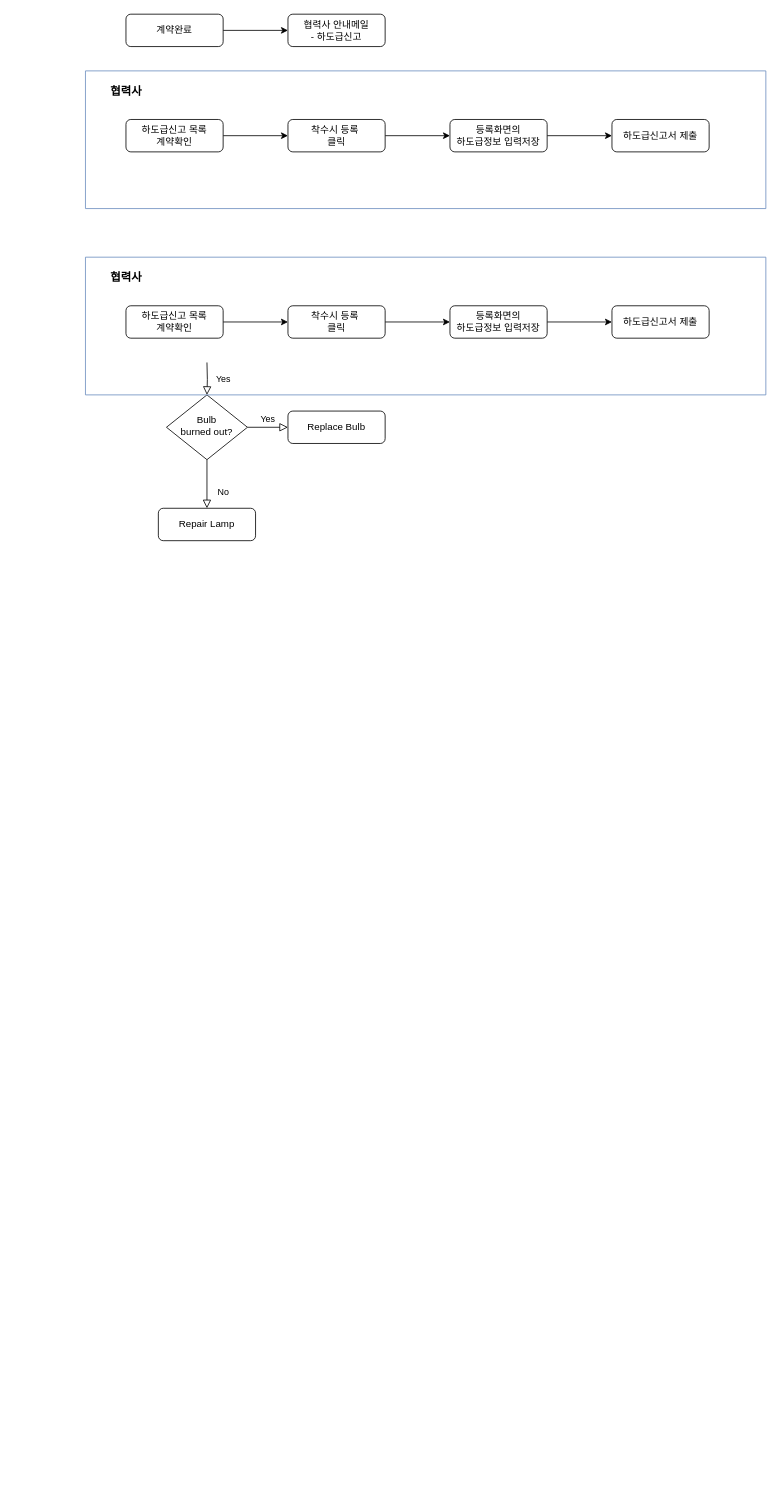
Before: 공사하도급2.drawio in withcats/draw.io, a draw.io diagram. Source tidied: cells renumbered, new cells numbered last; positions are measured from the earlier drawing's top-left corner, leaving out a move shared by most shapes. Both pictures are drawn from the tidied source at 81%, with x=0, y=0 at pixel (85, 14).
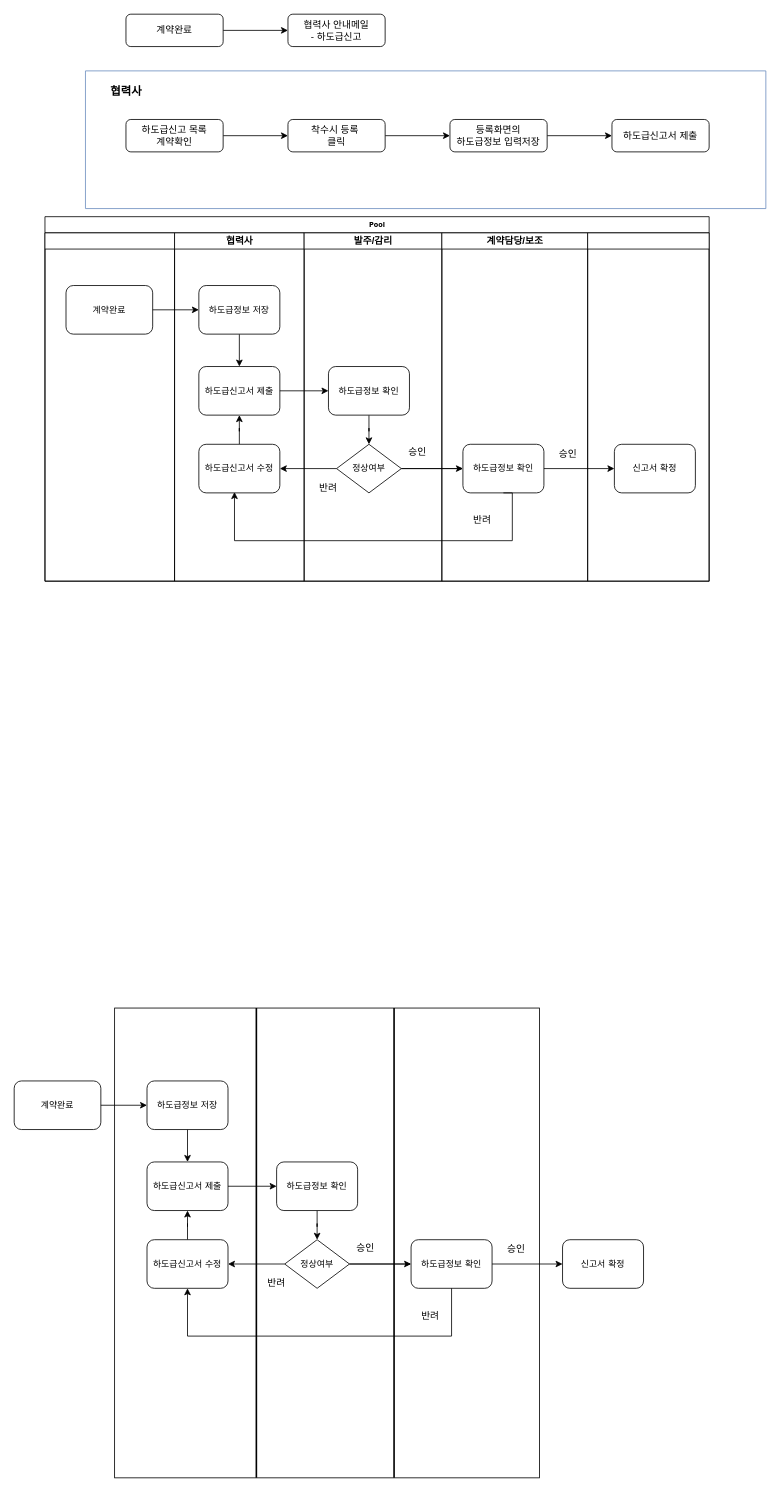
The same page after the edit.

Commit message (it also covers changes not shown here):
공사하도급2.drawio 업데이트

Diff of the diagram source:
```diff
@@
-    <mxCell id="4" value="Yes" style="rounded=0;html=1;jettySize=auto;fontSize=11;endArrow=block;endFill=0;endSize=8;strokeWidth=1;shadow=0;labelBackgroundColor=none;edgeStyle=orthogonalEdgeStyle;" parent="1" edge="1" target="7">
-      <mxGeometry y="20" relative="1" as="geometry">
-        <mxPoint x="150" y="430" as="sourcePoint" />
-      </mxGeometry>
-    </mxCell>
-    <mxCell id="5" value="No" style="rounded=0;html=1;jettySize=auto;fontSize=11;endArrow=block;endFill=0;endSize=8;strokeWidth=1;shadow=0;labelBackgroundColor=none;edgeStyle=orthogonalEdgeStyle;" parent="1" edge="1" source="7" target="8">
-      <mxGeometry x="0.33" y="20" relative="1" as="geometry" />
-    </mxCell>
-    <mxCell id="6" value="Yes" style="edgeStyle=orthogonalEdgeStyle;rounded=0;html=1;jettySize=auto;fontSize=11;endArrow=block;endFill=0;endSize=8;strokeWidth=1;shadow=0;labelBackgroundColor=none;" parent="1" edge="1" source="7" target="9">
-      <mxGeometry y="10" relative="1" as="geometry" />
-    </mxCell>
-    <mxCell id="7" value="Bulb&lt;br&gt;burned out?" style="rhombus;whiteSpace=wrap;html=1;shadow=0;fontFamily=Helvetica;fontSize=12;align=center;strokeWidth=1;spacing=6;spacingTop=-4;" parent="1" vertex="1">
-      <mxGeometry x="100" y="470" width="100" height="80" as="geometry" />
-    </mxCell>
-    <mxCell id="8" value="Repair Lamp" style="rounded=1;whiteSpace=wrap;html=1;fontSize=12;glass=0;strokeWidth=1;shadow=0;" parent="1" vertex="1">
-      <mxGeometry x="90" y="610" width="120" height="40" as="geometry" />
-    </mxCell>
-    <mxCell id="9" value="Replace Bulb" style="rounded=1;whiteSpace=wrap;html=1;fontSize=12;glass=0;strokeWidth=1;shadow=0;" parent="1" vertex="1">
-      <mxGeometry x="250" y="490" width="120" height="40" as="geometry" />
-    </mxCell>
@@
-    <mxCell id="20" style="swimlane;startSize=0;fillColor=#DAE8FC;strokeColor=#6c8ebf;" parent="1" vertex="1">
-      <mxGeometry y="300" width="840" height="170" as="geometry" />
-    </mxCell>
-    <mxCell id="21" style="edgeStyle=orthogonalEdgeStyle;rounded=0;jettySize=auto;html=1;" parent="20" edge="1" source="22" target="24">
-      <mxGeometry relative="1" as="geometry" />
-    </mxCell>
-    <mxCell id="22" value="하도급신고 목록&lt;div&gt;계약확인&lt;/div&gt;" style="rounded=1;whiteSpace=wrap;html=1;fontSize=12;glass=0;strokeWidth=1;shadow=0;" parent="20" vertex="1">
-      <mxGeometry x="50" y="60" width="120" height="40" as="geometry" />
-    </mxCell>
-    <mxCell id="23" style="edgeStyle=orthogonalEdgeStyle;rounded=0;jettySize=auto;html=1;" parent="20" edge="1" source="24" target="26">
-      <mxGeometry relative="1" as="geometry" />
-    </mxCell>
-    <mxCell id="24" value="착수시 등록&amp;nbsp;&lt;div&gt;클릭&lt;/div&gt;" style="rounded=1;whiteSpace=wrap;html=1;fontSize=12;glass=0;strokeWidth=1;shadow=0;" parent="20" vertex="1">
-      <mxGeometry x="250" y="60" width="120" height="40" as="geometry" />
-    </mxCell>
-    <mxCell id="25" style="edgeStyle=orthogonalEdgeStyle;rounded=0;jettySize=auto;html=1;" parent="20" edge="1" source="26" target="27">
-      <mxGeometry relative="1" as="geometry" />
-    </mxCell>
-    <mxCell id="26" value="등록화면의&lt;div&gt;하도급정보 입력저장&lt;/div&gt;" style="rounded=1;whiteSpace=wrap;html=1;fontSize=12;glass=0;strokeWidth=1;shadow=0;" parent="20" vertex="1">
-      <mxGeometry x="450" y="60" width="120" height="40" as="geometry" />
-    </mxCell>
-    <mxCell id="27" value="하도급신고서 제출" style="rounded=1;whiteSpace=wrap;html=1;fontSize=12;glass=0;strokeWidth=1;shadow=0;" parent="20" vertex="1">
-      <mxGeometry x="650" y="60" width="120" height="40" as="geometry" />
-    </mxCell>
+    <mxCell id="29" value="Pool" style="swimlane;html=1;startSize=20;rounded=0;shadow=0;labelBackgroundColor=none;strokeWidth=1;fontFamily=Verdana;fontSize=8;align=center;" parent="1" vertex="1">
+      <mxGeometry x="-50" y="250" width="820" height="450" as="geometry" />
+    </mxCell>
+    <mxCell id="30" style="swimlane;html=1;startSize=20;gradientColor=none;" parent="29" vertex="1">
+      <mxGeometry y="20" width="160" height="430" as="geometry" />
+    </mxCell>
+    <mxCell id="31" value="계약완료" style="rounded=1;whiteSpace=wrap;html=1;shadow=0;labelBackgroundColor=none;strokeWidth=1;fontFamily=Verdana;fontSize=11;align=center;" parent="30" vertex="1">
+      <mxGeometry x="26" y="65" width="107" height="60" as="geometry" />
+    </mxCell>
+    <mxCell id="32" style="edgeStyle=orthogonalEdgeStyle;rounded=1;html=1;labelBackgroundColor=none;startArrow=none;startFill=0;startSize=5;endArrow=classicThin;endFill=1;endSize=5;jettySize=auto;strokeWidth=1;fontFamily=Verdana;fontSize=11;" parent="29" edge="1" source="39" target="45">
+      <mxGeometry relative="1" as="geometry" />
+    </mxCell>
-    <mxCell id="28" value="&lt;font style=&quot;font-size: 14px;&quot;&gt;&lt;b&gt;협력사&lt;/b&gt;&lt;/font&gt;" style="text;html=1;align=center;verticalAlign=middle;strokeColor=none;fillColor=none;" parent="20" vertex="1">
-      <mxGeometry x="15" y="10" width="70" height="30" as="geometry" />
+    <mxCell id="28" value="협력사" style="swimlane;html=1;startSize=20;" parent="29" vertex="1">
+      <mxGeometry x="160" y="20" width="160" height="430" as="geometry" />
     </mxCell>
+    <mxCell id="33" style="edgeStyle=orthogonalEdgeStyle;rounded=0;jettySize=auto;html=1;" parent="28" edge="1" source="34" target="35">
+      <mxGeometry relative="1" as="geometry" />
+    </mxCell>
+    <mxCell id="34" value="하도급정보 저장" style="rounded=1;whiteSpace=wrap;html=1;shadow=0;labelBackgroundColor=none;strokeWidth=1;fontFamily=Verdana;fontSize=11;align=center;" parent="28" vertex="1">
+      <mxGeometry x="30" y="65" width="100" height="60" as="geometry" />
+    </mxCell>
+    <mxCell id="35" value="하도급신고서 제출" style="rounded=1;whiteSpace=wrap;html=1;shadow=0;labelBackgroundColor=none;strokeWidth=1;fontFamily=Verdana;fontSize=11;align=center;" parent="28" vertex="1">
+      <mxGeometry x="30" y="165" width="100" height="60" as="geometry" />
+    </mxCell>
+    <mxCell id="36" style="edgeStyle=orthogonalEdgeStyle;rounded=0;jettySize=auto;html=1;" parent="28" edge="1" source="37" target="35">
+      <mxGeometry relative="1" as="geometry" />
+    </mxCell>
+    <mxCell id="37" value="하도급신고서 수정" style="rounded=1;whiteSpace=wrap;html=1;shadow=0;labelBackgroundColor=none;strokeWidth=1;fontFamily=Verdana;fontSize=11;align=center;" parent="28" vertex="1">
+      <mxGeometry x="30" y="261" width="100" height="60" as="geometry" />
+    </mxCell>
+    <mxCell id="38" value="발주/감리" style="swimlane;html=1;startSize=20;" parent="29" vertex="1">
+      <mxGeometry x="320" y="20" width="170" height="430" as="geometry" />
+    </mxCell>
+    <mxCell id="39" value="정상여부" style="rhombus;whiteSpace=wrap;html=1;rounded=0;shadow=0;labelBackgroundColor=none;strokeWidth=1;fontFamily=Verdana;fontSize=11;align=center;" parent="38" vertex="1">
+      <mxGeometry x="40" y="261" width="80" height="60" as="geometry" />
+    </mxCell>
+    <mxCell id="40" style="edgeStyle=orthogonalEdgeStyle;rounded=0;jettySize=auto;html=1;" parent="38" edge="1" source="41" target="39">
+      <mxGeometry relative="1" as="geometry" />
+    </mxCell>
+    <mxCell id="41" value="하도급정보 확인" style="rounded=1;whiteSpace=wrap;html=1;shadow=0;labelBackgroundColor=none;strokeWidth=1;fontFamily=Verdana;fontSize=11;align=center;" parent="38" vertex="1">
+      <mxGeometry x="30" y="165" width="100" height="60" as="geometry" />
+    </mxCell>
+    <mxCell id="42" value="승인" style="text;html=1;align=center;verticalAlign=middle;whiteSpace=wrap;rounded=0;" parent="38" vertex="1">
+      <mxGeometry x="110" y="256" width="60" height="30" as="geometry" />
+    </mxCell>
+    <mxCell id="43" value="반려" style="text;html=1;align=center;verticalAlign=middle;whiteSpace=wrap;rounded=0;" parent="38" vertex="1">
+      <mxGeometry y="300" width="60" height="30" as="geometry" />
+    </mxCell>
+    <mxCell id="44" value="계약담당/보조" style="swimlane;html=1;startSize=20;" parent="29" vertex="1">
+      <mxGeometry x="490" y="20" width="180" height="430" as="geometry" />
+    </mxCell>
+    <mxCell id="45" value="하도급정보 확인" style="rounded=1;whiteSpace=wrap;html=1;shadow=0;labelBackgroundColor=none;strokeWidth=1;fontFamily=Verdana;fontSize=11;align=center;" parent="44" vertex="1">
+      <mxGeometry x="26" y="261" width="100" height="60" as="geometry" />
+    </mxCell>
+    <mxCell id="46" value="반려" style="text;html=1;align=center;verticalAlign=middle;whiteSpace=wrap;rounded=0;" parent="44" vertex="1">
+      <mxGeometry x="20" y="340" width="60" height="30" as="geometry" />
+    </mxCell>
+    <mxCell id="47" value="승인" style="text;html=1;align=center;verticalAlign=middle;whiteSpace=wrap;rounded=0;" parent="44" vertex="1">
+      <mxGeometry x="126" y="258" width="60" height="30" as="geometry" />
+    </mxCell>
+    <mxCell id="48" style="edgeStyle=orthogonalEdgeStyle;rounded=0;jettySize=auto;html=1;" parent="29" edge="1" source="35" target="41">
+      <mxGeometry relative="1" as="geometry" />
+    </mxCell>
+    <mxCell id="49" style="edgeStyle=orthogonalEdgeStyle;rounded=0;jettySize=auto;html=1;" parent="29" edge="1" source="39" target="45">
+      <mxGeometry relative="1" as="geometry" />
+    </mxCell>
+    <mxCell id="50" style="edgeStyle=orthogonalEdgeStyle;rounded=0;jettySize=auto;html=1;" parent="29" edge="1" source="39" target="37">
+      <mxGeometry relative="1" as="geometry" />
+    </mxCell>
+    <mxCell id="51" style="edgeStyle=orthogonalEdgeStyle;rounded=0;jettySize=auto;html=1;exitX=0.5;exitY=1;exitDx=0;exitDy=0;entryX=0.44;entryY=0.983;entryDx=0;entryDy=0;entryPerimeter=0;" parent="29" edge="1" source="45" target="37">
+      <mxGeometry relative="1" as="geometry">
+        <Array as="points">
+          <mxPoint x="577" y="400" />
+          <mxPoint x="234" y="400" />
+        </Array>
+      </mxGeometry>
+    </mxCell>
+    <mxCell id="52" style="edgeStyle=orthogonalEdgeStyle;rounded=0;jettySize=auto;html=1;" parent="29" edge="1" source="31" target="34">
+      <mxGeometry relative="1" as="geometry" />
+    </mxCell>
+    <mxCell id="53" style="edgeStyle=orthogonalEdgeStyle;rounded=0;jettySize=auto;html=1;" parent="29" edge="1" source="45" target="55">
+      <mxGeometry relative="1" as="geometry" />
+    </mxCell>
+    <mxCell id="54" style="swimlane;html=1;startSize=20;" parent="29" vertex="1">
+      <mxGeometry x="670" y="20" width="150" height="430" as="geometry" />
+    </mxCell>
+    <mxCell id="55" value="신고서 확정" style="rounded=1;whiteSpace=wrap;html=1;shadow=0;labelBackgroundColor=none;strokeWidth=1;fontFamily=Verdana;fontSize=11;align=center;" parent="54" vertex="1">
+      <mxGeometry x="33" y="261" width="100" height="60" as="geometry" />
+    </mxCell>
+    <mxCell id="56" value="계약완료" style="rounded=1;whiteSpace=wrap;html=1;shadow=0;labelBackgroundColor=none;strokeWidth=1;fontFamily=Verdana;fontSize=11;align=center;" parent="1" vertex="1">
+      <mxGeometry x="-88" y="1317" width="107" height="60" as="geometry" />
+    </mxCell>
+    <mxCell id="57" style="edgeStyle=orthogonalEdgeStyle;rounded=1;html=1;labelBackgroundColor=none;startArrow=none;startFill=0;startSize=5;endArrow=classicThin;endFill=1;endSize=5;jettySize=auto;strokeWidth=1;fontFamily=Verdana;fontSize=11;" parent="1" edge="1" source="63" target="68">
+      <mxGeometry relative="1" as="geometry" />
+    </mxCell>
+    <mxCell id="58" style="edgeStyle=orthogonalEdgeStyle;rounded=0;jettySize=auto;html=1;" parent="1" edge="1" source="59" target="60">
+      <mxGeometry relative="1" as="geometry" />
+    </mxCell>
+    <mxCell id="59" value="하도급정보 저장" style="rounded=1;whiteSpace=wrap;html=1;shadow=0;labelBackgroundColor=none;strokeWidth=1;fontFamily=Verdana;fontSize=11;align=center;" parent="1" vertex="1">
+      <mxGeometry x="76" y="1317" width="100" height="60" as="geometry" />
+    </mxCell>
+    <mxCell id="60" value="하도급신고서 제출" style="rounded=1;whiteSpace=wrap;html=1;shadow=0;labelBackgroundColor=none;strokeWidth=1;fontFamily=Verdana;fontSize=11;align=center;" parent="1" vertex="1">
+      <mxGeometry x="76" y="1417" width="100" height="60" as="geometry" />
+    </mxCell>
+    <mxCell id="61" style="edgeStyle=orthogonalEdgeStyle;rounded=0;jettySize=auto;html=1;" parent="1" edge="1" source="62" target="60">
+      <mxGeometry relative="1" as="geometry" />
+    </mxCell>
+    <mxCell id="62" value="하도급신고서 수정" style="rounded=1;whiteSpace=wrap;html=1;shadow=0;labelBackgroundColor=none;strokeWidth=1;fontFamily=Verdana;fontSize=11;align=center;" parent="1" vertex="1">
+      <mxGeometry x="76" y="1513" width="100" height="60" as="geometry" />
+    </mxCell>
+    <mxCell id="63" value="정상여부" style="rhombus;whiteSpace=wrap;html=1;rounded=0;shadow=0;labelBackgroundColor=none;strokeWidth=1;fontFamily=Verdana;fontSize=11;align=center;" parent="1" vertex="1">
+      <mxGeometry x="246" y="1513" width="80" height="60" as="geometry" />
+    </mxCell>
+    <mxCell id="64" style="edgeStyle=orthogonalEdgeStyle;rounded=0;jettySize=auto;html=1;" parent="1" edge="1" source="65" target="63">
+      <mxGeometry relative="1" as="geometry" />
+    </mxCell>
+    <mxCell id="65" value="하도급정보 확인" style="rounded=1;whiteSpace=wrap;html=1;shadow=0;labelBackgroundColor=none;strokeWidth=1;fontFamily=Verdana;fontSize=11;align=center;" parent="1" vertex="1">
+      <mxGeometry x="236" y="1417" width="100" height="60" as="geometry" />
+    </mxCell>
+    <mxCell id="66" value="승인" style="text;html=1;align=center;verticalAlign=middle;whiteSpace=wrap;rounded=0;" parent="1" vertex="1">
+      <mxGeometry x="316" y="1508" width="60" height="30" as="geometry" />
+    </mxCell>
+    <mxCell id="67" value="반려" style="text;html=1;align=center;verticalAlign=middle;whiteSpace=wrap;rounded=0;" parent="1" vertex="1">
+      <mxGeometry x="206" y="1552" width="60" height="30" as="geometry" />
+    </mxCell>
+    <mxCell id="68" value="하도급정보 확인" style="rounded=1;whiteSpace=wrap;html=1;shadow=0;labelBackgroundColor=none;strokeWidth=1;fontFamily=Verdana;fontSize=11;align=center;" parent="1" vertex="1">
+      <mxGeometry x="402" y="1513" width="100" height="60" as="geometry" />
+    </mxCell>
+    <mxCell id="69" value="반려" style="text;html=1;align=center;verticalAlign=middle;whiteSpace=wrap;rounded=0;" parent="1" vertex="1">
+      <mxGeometry x="396" y="1592" width="60" height="30" as="geometry" />
+    </mxCell>
+    <mxCell id="70" value="승인" style="text;html=1;align=center;verticalAlign=middle;whiteSpace=wrap;rounded=0;" parent="1" vertex="1">
+      <mxGeometry x="502" y="1510" width="60" height="30" as="geometry" />
+    </mxCell>
+    <mxCell id="71" style="edgeStyle=orthogonalEdgeStyle;rounded=0;jettySize=auto;html=1;" parent="1" edge="1" source="60" target="65">
+      <mxGeometry relative="1" as="geometry" />
+    </mxCell>
+    <mxCell id="72" style="edgeStyle=orthogonalEdgeStyle;rounded=0;jettySize=auto;html=1;" parent="1" edge="1" source="63" target="68">
+      <mxGeometry relative="1" as="geometry" />
+    </mxCell>
+    <mxCell id="73" style="edgeStyle=orthogonalEdgeStyle;rounded=0;jettySize=auto;html=1;" parent="1" edge="1" source="63" target="62">
+      <mxGeometry relative="1" as="geometry" />
+    </mxCell>
+    <mxCell id="74" style="edgeStyle=orthogonalEdgeStyle;rounded=0;jettySize=auto;html=1;" parent="1" edge="1" source="56" target="59">
+      <mxGeometry relative="1" as="geometry" />
+    </mxCell>
+    <mxCell id="75" style="edgeStyle=orthogonalEdgeStyle;rounded=0;jettySize=auto;html=1;" parent="1" edge="1" source="68" target="76">
+      <mxGeometry relative="1" as="geometry" />
+    </mxCell>
+    <mxCell id="76" value="신고서 확정" style="rounded=1;whiteSpace=wrap;html=1;shadow=0;labelBackgroundColor=none;strokeWidth=1;fontFamily=Verdana;fontSize=11;align=center;" parent="1" vertex="1">
+      <mxGeometry x="589" y="1513" width="100" height="60" as="geometry" />
+    </mxCell>
+    <mxCell id="77" style="edgeStyle=orthogonalEdgeStyle;rounded=0;jettySize=auto;html=1;exitX=0.5;exitY=1;exitDx=0;exitDy=0;entryX=0.5;entryY=1;entryDx=0;entryDy=0;" parent="1" edge="1" source="68" target="62">
+      <mxGeometry relative="1" as="geometry">
+        <Array as="points">
+          <mxPoint x="452.5" y="1632" />
+          <mxPoint x="126.5" y="1632" />
+        </Array>
+      </mxGeometry>
+    </mxCell>
+    <mxCell id="78" style="text;html=1;whiteSpace=wrap;strokeColor=default;fillColor=none;overflow=fill;fontFamily=Verdana;fontSize=8;fontColor=default;fontStyle=1;labelBackgroundColor=none;" parent="1" vertex="1">
+      <mxGeometry x="36" y="1227" width="524.5" height="580" as="geometry" />
+    </mxCell>
+    <mxCell id="79" style="line;strokeWidth=2;direction=south;html=1;rounded=0;shadow=0;strokeColor=default;align=center;verticalAlign=middle;fontFamily=Verdana;fontSize=8;fontColor=default;fontStyle=1;labelBackgroundColor=none;fillColor=default;" parent="1" vertex="1">
+      <mxGeometry x="206" y="1227" width="10" height="580" as="geometry" />
+    </mxCell>
+    <mxCell id="80" style="line;strokeWidth=2;direction=south;html=1;rounded=0;shadow=0;strokeColor=default;align=center;verticalAlign=middle;fontFamily=Verdana;fontSize=8;fontColor=default;fontStyle=1;labelBackgroundColor=none;fillColor=default;" parent="1" vertex="1">
+      <mxGeometry x="376" y="1227" width="10" height="580" as="geometry" />
+    </mxCell>
```
